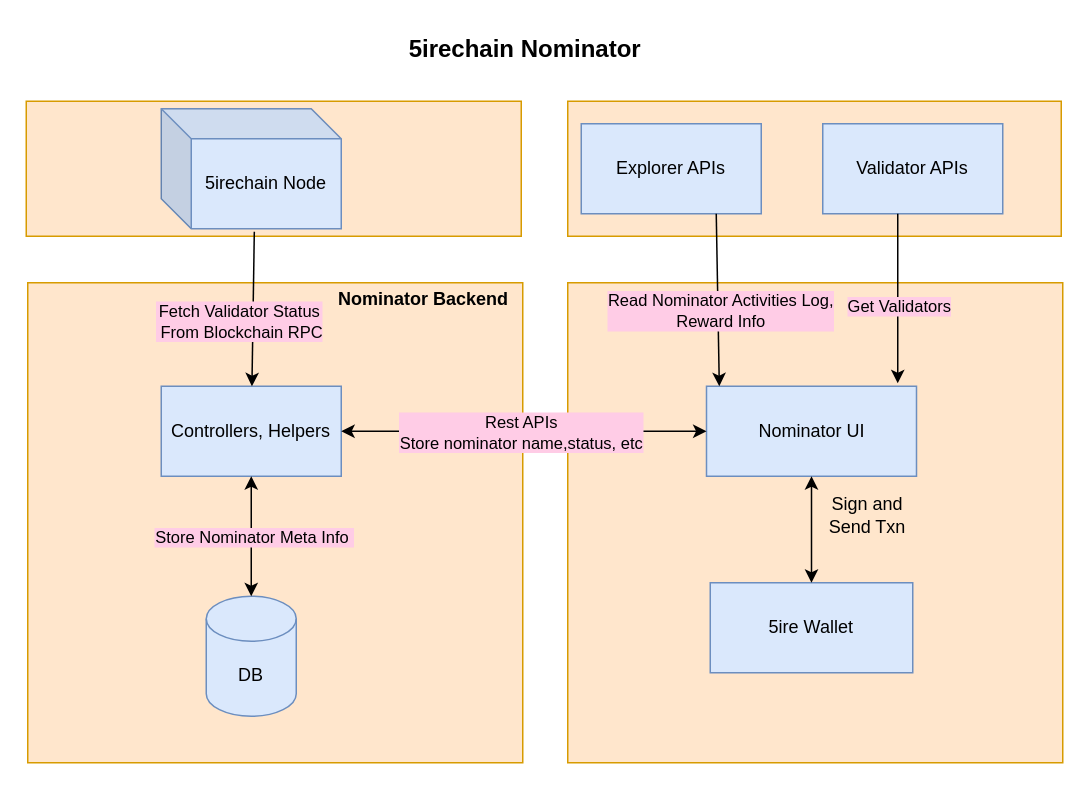
The draw.io diagram nominator.drawio in kulwindersingh-ant/drawio, before the edit. Source tidied: cells renumbered, new cells numbered last; positions are measured from the earlier drawing's top-left corner, leaving out a move shared by most shapes. Both pictures are drawn from the tidied source at 150%, with x=0, y=0 at pixel (26, 26).
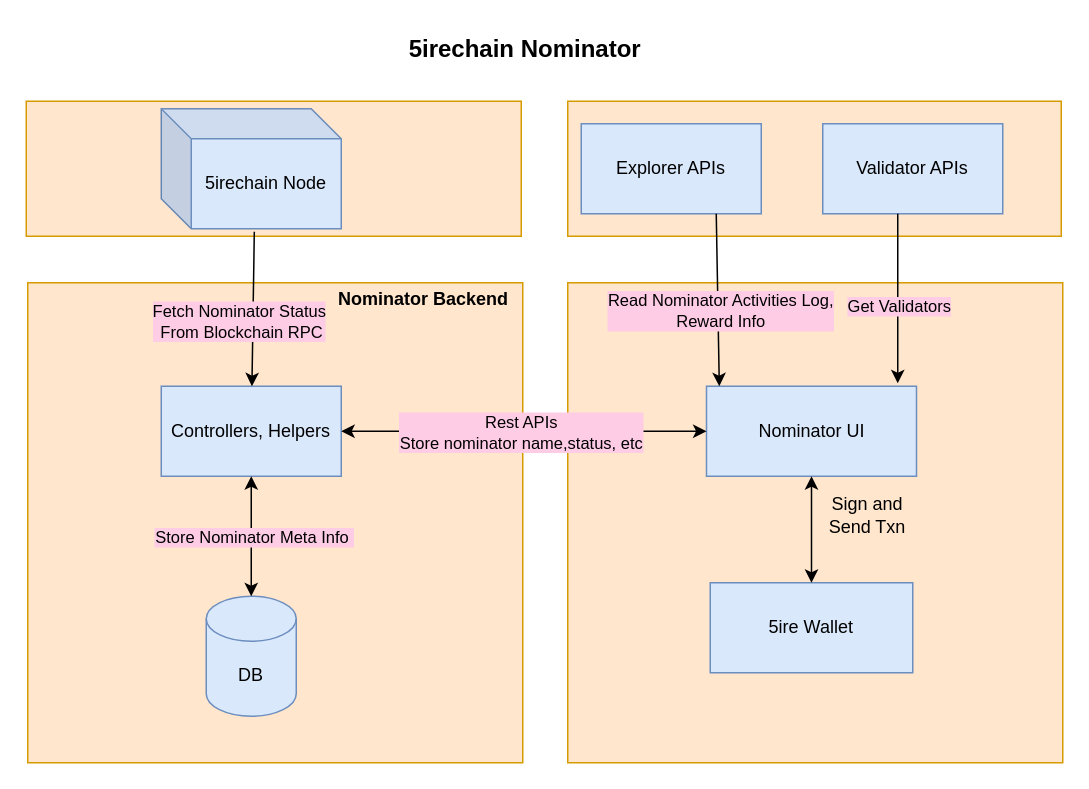
After the change.

The change refers to these unchanged cells:
```xml
<mxCell id="20" style="endArrow=classic;html=1;rounded=0;exitX=0.517;exitY=1.025;exitDx=0;exitDy=0;exitPerimeter=0;" parent="1" edge="1" source="19" target="8">
  <mxGeometry relative="1" as="geometry" />
</mxCell>
```

Diff of the diagram source:
```diff
@@
-    <mxCell id="21" value="Fetch Validator Status&lt;br&gt;&amp;nbsp;From Blockchain RPC" style="edgeLabel;html=1;align=center;verticalAlign=middle;labelBackgroundColor=#FFCCE6;" parent="20" vertex="1">
+    <mxCell id="21" value="Fetch Nominator Status&lt;br&gt;&amp;nbsp;From Blockchain RPC" style="edgeLabel;html=1;align=center;verticalAlign=middle;labelBackgroundColor=#FFCCE6;" parent="20" vertex="1">
       <mxGeometry x="-0.15" y="2" relative="1" as="geometry">
         <mxPoint x="-12" y="15" as="offset" />
       </mxGeometry>
     </mxCell>
```
